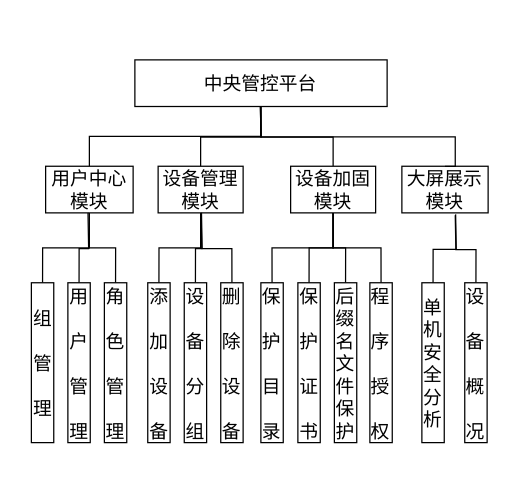
EchoZgj/paper keeps this draw.io diagram as 功能划分图.drawio. Above is the earlier version. Source tidied: cells renumbered, new cells numbered last; positions are measured from the earlier drawing's top-left corner, leaving out a move shared by most shapes. Both pictures are drawn from the tidied source at 125%, with x=0, y=0 at pixel (21, 21).
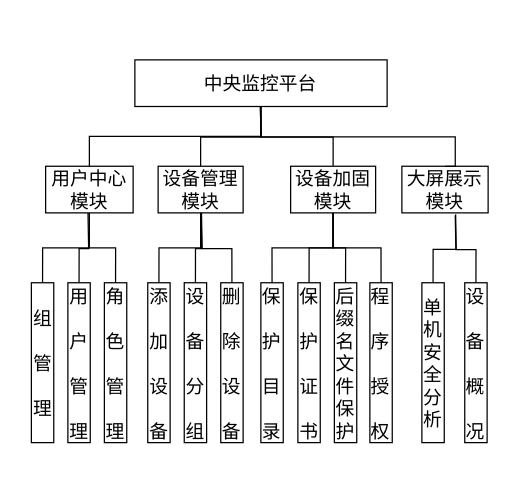
The same page after the edit.

Commit message:
Update 功能划分图.drawio

The change refers to these unchanged cells:
```xml
<mxCell id="6" style="group;" parent="5" vertex="1">
  <mxGeometry width="380" height="331" as="geometry" />
</mxCell>
```

The edit, as a diff of the source:
```diff
@@
-    <mxCell id="7" value="&lt;font style=&quot;font-size: 15px&quot;&gt;中央管控平台&lt;/font&gt;" style="rounded=0;whiteSpace=wrap;html=1;" parent="6" vertex="1">
+    <mxCell id="7" value="&lt;font style=&quot;font-size: 15px&quot;&gt;中央监控平台&lt;/font&gt;" style="rounded=0;whiteSpace=wrap;html=1;" parent="6" vertex="1">
       <mxGeometry x="90.4" y="12.4" width="201.8" height="37.3" as="geometry" />
     </mxCell>
```
